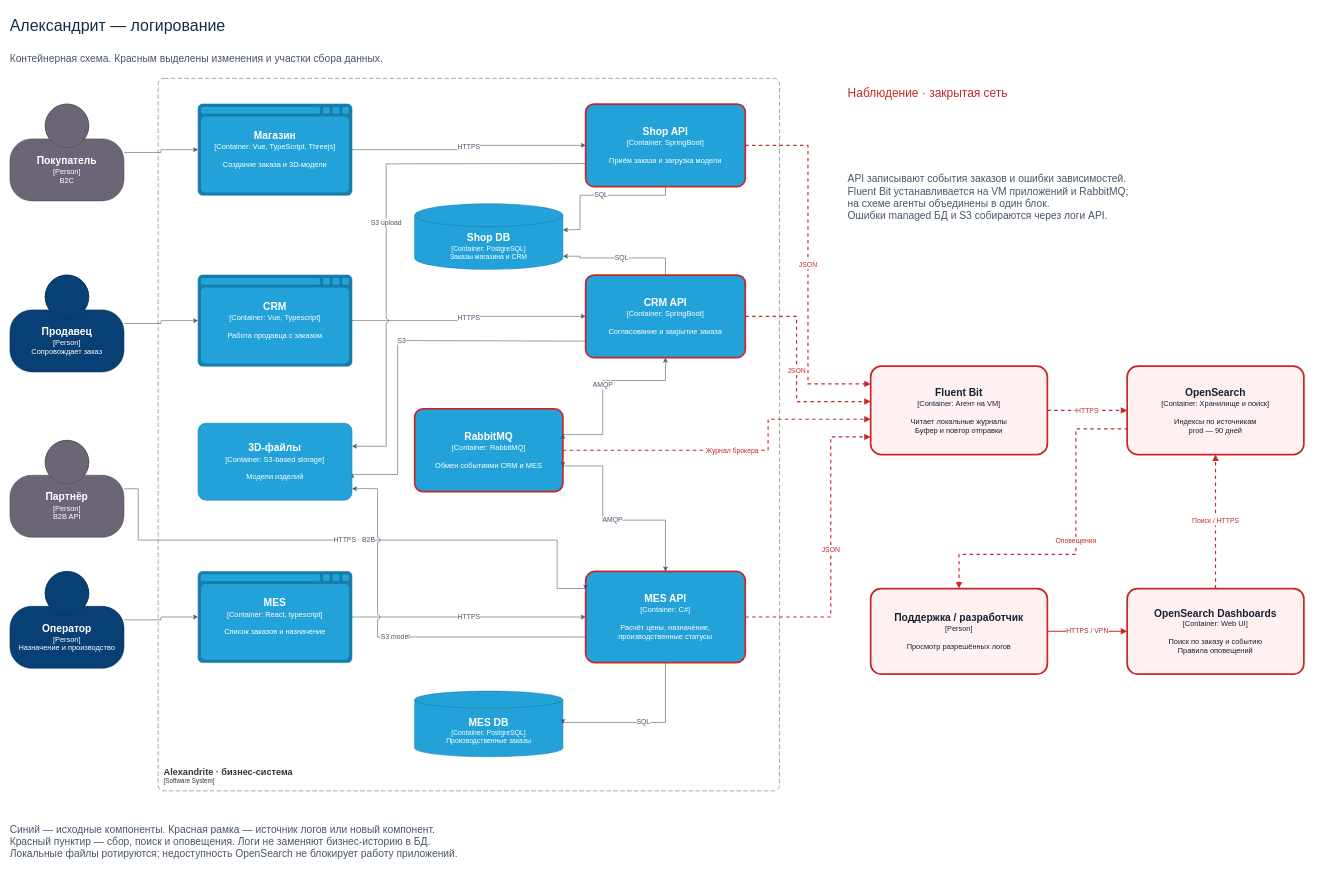
Earlier version of the draw.io diagram Task4/diagrams/alexandrite-logging.drawio (maybelines/architecture-alexandrite). Source tidied: cells renumbered, new cells numbered last; positions are measured from the earlier drawing's top-left corner, leaving out a move shared by most shapes. Both pictures are drawn from the tidied source at 57%, with x=0, y=0 at pixel (10, 10).
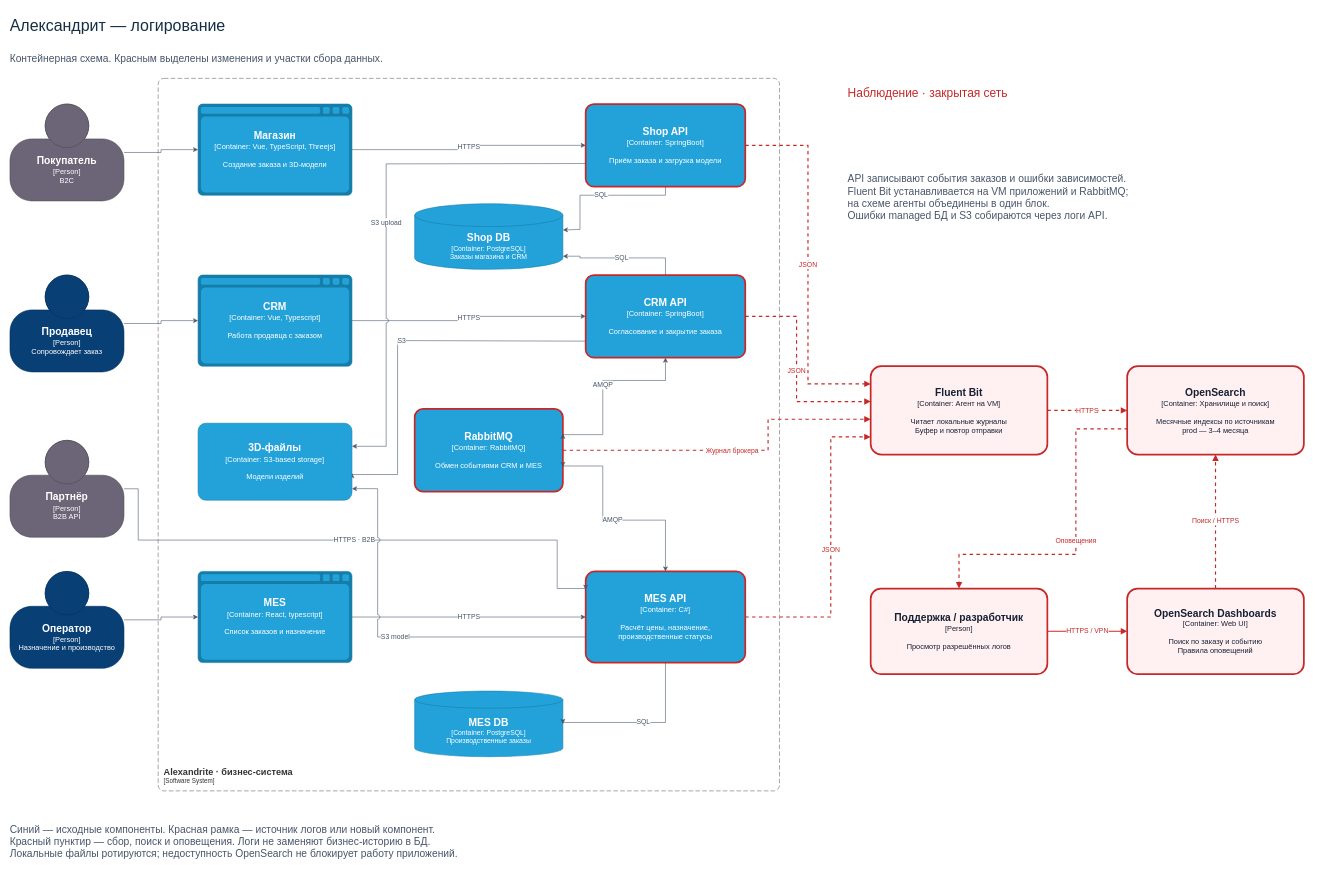
The same page after the edit.

The edit, as a diff of the source:
```diff
@@
-    <object id="36" label="&lt;b style=&quot;font-size:18px&quot;&gt;%c4Name%&lt;/b&gt;&lt;br&gt;[%c4Type%: %c4Technology%]&lt;br&gt;&lt;br&gt;%c4Description%" c4Description="Индексы по источникам&lt;br&gt;prod — 90 дней" c4Name="OpenSearch" c4Technology="Хранилище и поиск" c4Type="Container" placeholders="1">
+    <object id="36" label="&lt;b style=&quot;font-size:18px&quot;&gt;%c4Name%&lt;/b&gt;&lt;br&gt;[%c4Type%: %c4Technology%]&lt;br&gt;&lt;br&gt;%c4Description%" c4Description="Месячные индексы по источникам&lt;br&gt;prod — 3–4 месяца" c4Name="OpenSearch" c4Technology="Хранилище и поиск" c4Type="Container" placeholders="1">
       <mxCell style="rounded=1;whiteSpace=wrap;html=1;fillColor=#FFF1F2;strokeColor=#C62828;fontColor=#172033;strokeWidth=3;fontSize=13;spacing=12;arcSize=12;" parent="1" vertex="1">
         <mxGeometry x="1960" y="625" width="310" height="155" as="geometry" />
       </mxCell>
     </object>
```
